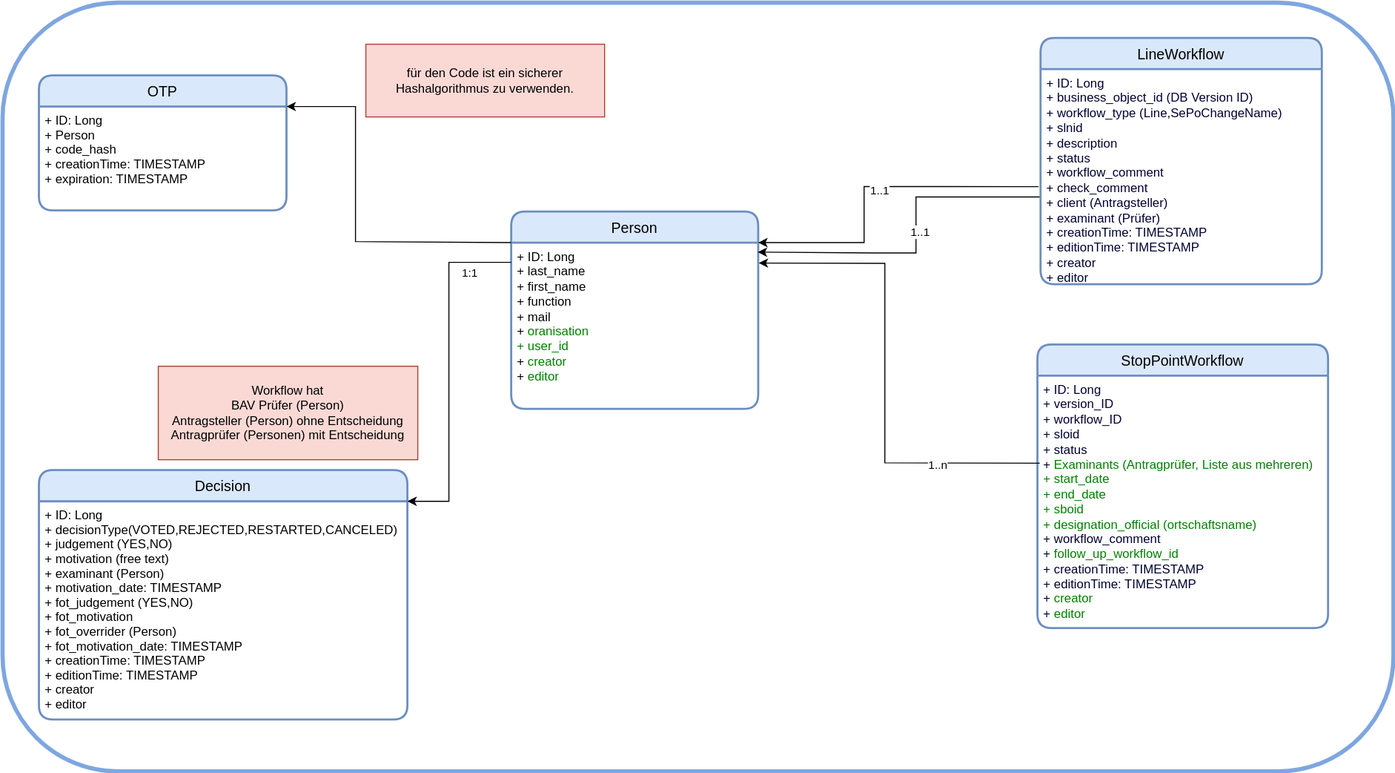
Before: workflow/documentation/workflow-service-db.drawio.svg, a diagram exported from draw.io (SchweizerischeBundesbahnen/atlas). Source tidied: cells renumbered, new cells last; positions are measured from the earlier drawing's top-left corner, leaving out a move shared by most shapes.
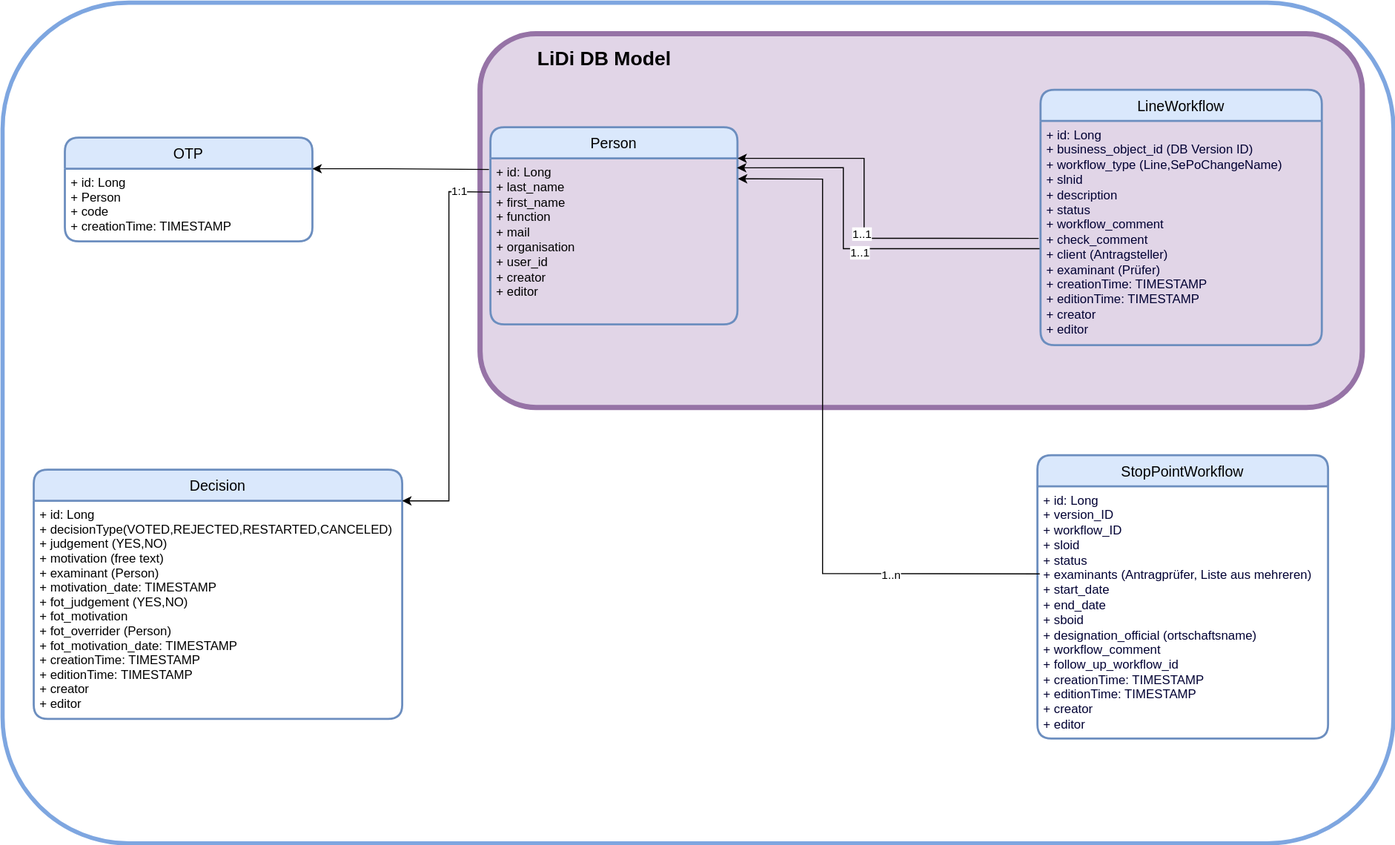
After the commit.

The edit, as a diff of the source:
```diff
@@ -2,98 +2,96 @@
   <root>
     <mxCell id="0" />
     <mxCell id="1" parent="0" />
-    <mxCell id="2" style="rounded=1;whiteSpace=wrap;html=1;fillColor=none;strokeColor=#7EA6E0;strokeWidth=4;" parent="1" vertex="1">
-      <mxGeometry width="1340" height="740" as="geometry" />
-    </mxCell>
+    <mxCell id="23" style="rounded=1;whiteSpace=wrap;html=1;fillColor=#e1d5e7;strokeColor=#9673a6;strokeWidth=5;gradientColor=none;" parent="1" vertex="1">
+      <mxGeometry x="450" y="-30" width="850" height="360" as="geometry" />
+    </mxCell>
+    <mxCell id="24" style="rounded=1;whiteSpace=wrap;html=1;fillColor=none;strokeColor=#7EA6E0;strokeWidth=4;" parent="1" vertex="1">
+      <mxGeometry x="-10" y="-60" width="1340" height="810" as="geometry" />
+    </mxCell>
     <mxCell id="3" value="StopPointWorkflow" style="swimlane;horizontal=1;startSize=30;rounded=1;fontSize=14;fontStyle=0;strokeWidth=2;shadow=0;dashed=0;align=center;fillColor=#dae8fc;strokeColor=#6c8ebf;" parent="1" vertex="1">
-      <mxGeometry x="997" y="329" width="280" height="273" as="geometry" />
+      <mxGeometry x="987" y="376" width="280" height="273" as="geometry" />
     </mxCell>
-    <mxCell id="4" value="+ ID: Long&lt;div&gt;+ version_ID&lt;br&gt;+ workflow_ID&lt;/div&gt;&lt;div&gt;+ sloid&lt;br&gt;+ status&lt;br&gt;&lt;div&gt;+ &lt;font color=&quot;#008000&quot;&gt;Examinants (Antragprüfer, Liste aus mehreren)&lt;/font&gt;&lt;/div&gt;&lt;div&gt;&lt;font color=&quot;#008000&quot;&gt;+ start_date&lt;/font&gt;&lt;font color=&quot;#008000&quot;&gt;&lt;br&gt;&lt;/font&gt;&lt;div&gt;&lt;font color=&quot;#008000&quot;&gt;+ end_date&lt;/font&gt;&lt;font color=&quot;#008000&quot;&gt;&lt;br&gt;&lt;/font&gt;&lt;div&gt;&lt;font color=&quot;#008000&quot;&gt;+ sboid&lt;/font&gt;&lt;/div&gt;&lt;/div&gt;&lt;/div&gt;&lt;div&gt;&lt;font color=&quot;#008000&quot;&gt;+ designation_official (ortschaftsname)&lt;/font&gt;&lt;/div&gt;+ workflow_comment&lt;div&gt;+ &lt;font color=&quot;#008000&quot;&gt;follow_up_workflow_id&lt;/font&gt;&lt;br&gt;&lt;/div&gt;+ creationTime: TIMESTAMP&lt;br&gt;+ editionTime: TIMESTAMP&lt;br&gt;+ &lt;font color=&quot;#008000&quot; style=&quot;font-size: 12px;&quot;&gt;creator&lt;/font&gt;&lt;br&gt;+ &lt;font color=&quot;#008000&quot;&gt;editor&lt;/font&gt;&lt;/div&gt;" style="align=left;strokeColor=none;fillColor=none;spacingLeft=4;fontSize=12;verticalAlign=top;fontColor=#000033;html=1;" parent="3" vertex="1">
-      <mxGeometry y="30" width="280" height="243" as="geometry" />
-    </mxCell>
+    <mxCell id="25" value="+ id: Long&lt;div&gt;+ version_ID&lt;br&gt;+ workflow_ID&lt;/div&gt;&lt;div&gt;+ sloid&lt;br&gt;+ status&lt;br&gt;&lt;div&gt;+ examinants (Antragprüfer, Liste aus mehreren)&lt;/div&gt;&lt;div&gt;+ start_date&lt;br&gt;&lt;div&gt;+ end_date&lt;br&gt;&lt;div&gt;+ sboid&lt;/div&gt;&lt;/div&gt;&lt;/div&gt;&lt;div&gt;+ designation_official (ortschaftsname)&lt;/div&gt;+ workflow_comment&lt;div&gt;+ follow_up_workflow_id&lt;br&gt;&lt;/div&gt;+ creationTime: TIMESTAMP&lt;br&gt;+ editionTime: TIMESTAMP&lt;br&gt;+ &lt;font style=&quot;font-size: 12px;&quot;&gt;creator&lt;/font&gt;&lt;br&gt;+ editor&lt;/div&gt;" style="align=left;strokeColor=none;fillColor=none;spacingLeft=4;fontSize=12;verticalAlign=top;fontColor=#000033;html=1;" parent="3" vertex="1">
+      <mxGeometry y="30" width="280" height="243" as="geometry" />
+    </mxCell>
     <mxCell id="5" value="Person" style="swimlane;horizontal=1;startSize=30;rounded=1;fontSize=14;fontStyle=0;strokeWidth=2;shadow=0;dashed=0;align=center;fillColor=#dae8fc;strokeColor=#6c8ebf;" parent="1" vertex="1">
-      <mxGeometry x="490" y="201" width="238" height="190" as="geometry" />
+      <mxGeometry x="460" y="60" width="238" height="190" as="geometry" />
     </mxCell>
-    <mxCell id="6" value="+ ID: Long&lt;br&gt;+ last_name&lt;br&gt;+ first_name&lt;br&gt;+ function&lt;br&gt;+ mail&lt;br&gt;&lt;div&gt;+ &lt;font color=&quot;#008000&quot;&gt;oranisation&lt;/font&gt;&lt;/div&gt;&lt;div&gt;&lt;font color=&quot;#008000&quot;&gt;+ user_id&lt;br&gt;&lt;/font&gt;&lt;/div&gt;&lt;div&gt;+ &lt;font color=&quot;#008000&quot; style=&quot;font-size: 12px;&quot;&gt;creator&lt;/font&gt;&lt;br&gt;+ &lt;font color=&quot;#008000&quot;&gt;editor&lt;/font&gt;&lt;/div&gt;" style="align=left;strokeColor=none;fillColor=none;spacingLeft=4;fontSize=12;verticalAlign=top;fontColor=#000000;html=1;" parent="5" vertex="1">
-      <mxGeometry y="30" width="238" height="160" as="geometry" />
-    </mxCell>
+    <mxCell id="26" value="+ id: Long&lt;br&gt;+ last_name&lt;br&gt;+ first_name&lt;br&gt;+ function&lt;br&gt;+ mail&lt;br&gt;&lt;div&gt;+ organisation&lt;/div&gt;&lt;div&gt;+ user_id&lt;br&gt;&lt;/div&gt;&lt;div&gt;+ &lt;font style=&quot;font-size: 12px;&quot;&gt;creator&lt;/font&gt;&lt;br&gt;+ editor&lt;/div&gt;" style="align=left;strokeColor=none;fillColor=none;spacingLeft=4;fontSize=12;verticalAlign=top;fontColor=#000000;html=1;" parent="5" vertex="1">
+      <mxGeometry y="30" width="238" height="160" as="geometry" />
+    </mxCell>
     <mxCell id="7" value="Decision" style="swimlane;horizontal=1;startSize=30;rounded=1;fontSize=14;fontStyle=0;strokeWidth=2;shadow=0;dashed=0;align=center;fillColor=#dae8fc;strokeColor=#6c8ebf;" parent="1" vertex="1">
-      <mxGeometry x="35" y="450" width="355" height="240" as="geometry" />
+      <mxGeometry x="20" y="390" width="355" height="240" as="geometry" />
     </mxCell>
-    <mxCell id="8" value="+ ID: Long&#10;+ decisionType(VOTED,REJECTED,RESTARTED,CANCELED)&#10;+ judgement (YES,NO)&#10;+ motivation (free text)&#10;+ examinant (Person)&#10;+ motivation_date: TIMESTAMP&#10;+ fot_judgement (YES,NO)&#10;+ fot_motivation&#10;+ fot_overrider (Person)&#10;+ fot_motivation_date: TIMESTAMP&#10;+ creationTime: TIMESTAMP&#10;+ editionTime: TIMESTAMP&#10;+ creator&#10;+ editor&#10;" style="align=left;strokeColor=none;fillColor=none;spacingLeft=4;fontSize=12;verticalAlign=top;" parent="7" vertex="1">
-      <mxGeometry y="30" width="355" height="210" as="geometry" />
-    </mxCell>
+    <mxCell id="27" value="+ id: Long&#10;+ decisionType(VOTED,REJECTED,RESTARTED,CANCELED)&#10;+ judgement (YES,NO)&#10;+ motivation (free text)&#10;+ examinant (Person)&#10;+ motivation_date: TIMESTAMP&#10;+ fot_judgement (YES,NO)&#10;+ fot_motivation&#10;+ fot_overrider (Person)&#10;+ fot_motivation_date: TIMESTAMP&#10;+ creationTime: TIMESTAMP&#10;+ editionTime: TIMESTAMP&#10;+ creator&#10;+ editor&#10;" style="align=left;strokeColor=none;fillColor=none;spacingLeft=4;fontSize=12;verticalAlign=top;" parent="7" vertex="1">
+      <mxGeometry y="30" width="355" height="210" as="geometry" />
+    </mxCell>
     <mxCell id="9" value="OTP" style="swimlane;horizontal=1;startSize=30;rounded=1;fontSize=14;fontStyle=0;strokeWidth=2;shadow=0;dashed=0;align=center;fillColor=#dae8fc;strokeColor=#6c8ebf;" parent="1" vertex="1">
-      <mxGeometry x="35" y="70" width="238.5" height="130" as="geometry" />
+      <mxGeometry x="50" y="70" width="238.5" height="100" as="geometry" />
     </mxCell>
-    <mxCell id="10" value="+ ID: Long&#10;+ Person&#10;+ code_hash&#10;+ creationTime: TIMESTAMP&#10;+ expiration: TIMESTAMP&#10;" style="align=left;strokeColor=none;fillColor=none;spacingLeft=4;fontSize=12;verticalAlign=top;" parent="9" vertex="1">
-      <mxGeometry y="30" width="238.5" height="100" as="geometry" />
-    </mxCell>
+    <mxCell id="28" value="+ id: Long&#10;+ Person&#10;+ code&#10;+ creationTime: TIMESTAMP&#10;" style="align=left;strokeColor=none;fillColor=none;spacingLeft=4;fontSize=12;verticalAlign=top;" parent="9" vertex="1">
+      <mxGeometry y="30" width="238.5" height="70" as="geometry" />
+    </mxCell>
-    <mxCell id="11" value="&lt;div&gt;1:1&lt;/div&gt;" style="endArrow=classic;html=1;rounded=0;entryX=1;entryY=0;entryDx=0;entryDy=0;" parent="1" edge="1" target="8">
-      <mxGeometry x="-0.76" y="10" relative="1" as="geometry">
-        <mxPoint x="490" y="250" as="sourcePoint" />
+    <mxCell id="11" value="&lt;div&gt;1:1&lt;/div&gt;" style="endArrow=classic;html=1;rounded=0;entryX=1;entryY=0;entryDx=0;entryDy=0;exitX=-0.001;exitY=0.203;exitDx=0;exitDy=0;exitPerimeter=0;fillColor=#e1d5e7;strokeColor=#000000;" parent="1" edge="1" source="26" target="27">
+      <mxGeometry x="-0.84" relative="1" as="geometry">
         <Array as="points">
-          <mxPoint x="430" y="250" />
-          <mxPoint x="430" y="480" />
+          <mxPoint x="420" y="122" />
+          <mxPoint x="420" y="420" />
         </Array>
       </mxGeometry>
     </mxCell>
-    <mxCell id="12" style="endArrow=none;html=1;rounded=0;exitX=1;exitY=0;exitDx=0;exitDy=0;entryX=0;entryY=0;entryDx=0;entryDy=0;endFill=0;startArrow=classic;startFill=1;" parent="1" edge="1" source="10" target="6">
-      <mxGeometry relative="1" as="geometry">
-        <Array as="points">
-          <mxPoint x="340" y="100" />
-          <mxPoint x="340" y="230" />
-        </Array>
-      </mxGeometry>
-    </mxCell>
-    <mxCell id="13" value="&lt;div&gt;Workflow hat&lt;/div&gt;&lt;div&gt;BAV Prüfer (Person)&lt;/div&gt;&lt;div&gt;Antragsteller (Person) ohne Entscheidung&lt;/div&gt;&lt;div&gt;Antragprüfer (Personen) mit Entscheidung&lt;br&gt;&lt;/div&gt;" style="rounded=0;whiteSpace=wrap;html=1;fillColor=#fad9d5;strokeColor=#ae4132;" parent="1" vertex="1">
-      <mxGeometry x="150" y="350" width="250" height="90" as="geometry" />
-    </mxCell>
-    <mxCell id="14" value="für den Code ist ein sicherer Hashalgorithmus zu verwenden." style="rounded=0;whiteSpace=wrap;html=1;fillColor=#fad9d5;strokeColor=#ae4132;" parent="1" vertex="1">
-      <mxGeometry x="350" y="40" width="230" height="70" as="geometry" />
-    </mxCell>
-    <mxCell id="15" style="endArrow=classic;html=1;rounded=0;exitX=-0.007;exitY=0.561;exitDx=0;exitDy=0;exitPerimeter=0;entryX=1;entryY=0;entryDx=0;entryDy=0;" parent="1" edge="1" target="6">
-      <mxGeometry relative="1" as="geometry">
-        <mxPoint x="998.1" y="177.1" as="sourcePoint" />
-        <Array as="points">
-          <mxPoint x="830" y="177" />
-          <mxPoint x="830" y="231" />
-        </Array>
-      </mxGeometry>
-    </mxCell>
-    <mxCell id="16" value="1..1" style="edgeLabel;html=1;align=center;verticalAlign=middle;" parent="15" vertex="1">
-      <mxGeometry x="-0.06" y="3" relative="1" as="geometry" />
-    </mxCell>
-    <mxCell id="17" style="endArrow=classic;html=1;rounded=0;entryX=0.998;entryY=0.057;entryDx=0;entryDy=0;entryPerimeter=0;" parent="1" edge="1" target="6">
-      <mxGeometry relative="1" as="geometry">
-        <mxPoint x="1000" y="187" as="sourcePoint" />
-        <Array as="points">
-          <mxPoint x="920" y="187" />
-          <mxPoint x="880" y="187" />
-          <mxPoint x="880" y="241" />
-          <mxPoint x="840" y="241" />
-        </Array>
-      </mxGeometry>
-    </mxCell>
-    <mxCell id="18" value="1..1" style="edgeLabel;html=1;align=center;verticalAlign=middle;" parent="17" vertex="1">
-      <mxGeometry x="-0.06" y="3" relative="1" as="geometry" />
-    </mxCell>
-    <mxCell id="19" style="endArrow=classic;html=1;rounded=0;exitX=0.008;exitY=0.347;exitDx=0;exitDy=0;entryX=1.002;entryY=0.123;entryDx=0;entryDy=0;entryPerimeter=0;exitPerimeter=0;" parent="1" edge="1" source="4" target="6">
-      <mxGeometry relative="1" as="geometry">
-        <Array as="points">
-          <mxPoint x="850" y="443" />
-          <mxPoint x="850" y="251" />
-        </Array>
-      </mxGeometry>
-    </mxCell>
+    <mxCell id="29" style="endArrow=none;html=1;rounded=0;exitX=1;exitY=0;exitDx=0;exitDy=0;entryX=-0.006;entryY=0.067;entryDx=0;entryDy=0;endFill=0;startArrow=classic;startFill=1;entryPerimeter=0;" parent="1" edge="1" source="28" target="26">
+      <mxGeometry relative="1" as="geometry">
+        <Array as="points">
+          <mxPoint x="360" y="100" />
+        </Array>
+      </mxGeometry>
+    </mxCell>
+    <mxCell id="30" style="endArrow=classic;html=1;rounded=0;exitX=-0.007;exitY=0.561;exitDx=0;exitDy=0;exitPerimeter=0;entryX=1;entryY=0;entryDx=0;entryDy=0;" parent="1" edge="1" target="26">
+      <mxGeometry relative="1" as="geometry">
+        <mxPoint x="988.1" y="167.1" as="sourcePoint" />
+        <Array as="points">
+          <mxPoint x="820" y="167" />
+          <mxPoint x="820" y="90" />
+        </Array>
+      </mxGeometry>
+    </mxCell>
+    <mxCell id="31" value="1..1" style="edgeLabel;html=1;align=center;verticalAlign=middle;" parent="30" vertex="1">
+      <mxGeometry x="-0.06" y="3" relative="1" as="geometry" />
+    </mxCell>
+    <mxCell id="32" style="endArrow=classic;html=1;rounded=0;entryX=0.998;entryY=0.057;entryDx=0;entryDy=0;entryPerimeter=0;" parent="1" edge="1" target="26">
+      <mxGeometry relative="1" as="geometry">
+        <mxPoint x="990" y="177" as="sourcePoint" />
+        <Array as="points">
+          <mxPoint x="910" y="177" />
+          <mxPoint x="870" y="177" />
+          <mxPoint x="800" y="177" />
+          <mxPoint x="800" y="99" />
+        </Array>
+      </mxGeometry>
+    </mxCell>
+    <mxCell id="33" value="1..1" style="edgeLabel;html=1;align=center;verticalAlign=middle;" parent="32" vertex="1">
+      <mxGeometry x="-0.06" y="3" relative="1" as="geometry" />
+    </mxCell>
+    <mxCell id="34" style="endArrow=classic;html=1;rounded=0;exitX=0.008;exitY=0.347;exitDx=0;exitDy=0;entryX=1.002;entryY=0.123;entryDx=0;entryDy=0;entryPerimeter=0;exitPerimeter=0;" parent="1" edge="1" source="25" target="26">
+      <mxGeometry relative="1" as="geometry">
+        <Array as="points">
+          <mxPoint x="780" y="490" />
+          <mxPoint x="780" y="110" />
+        </Array>
+      </mxGeometry>
+    </mxCell>
-    <mxCell id="20" value="1..n" style="edgeLabel;html=1;align=center;verticalAlign=middle;" parent="19" vertex="1">
+    <mxCell id="20" value="1..n" style="edgeLabel;html=1;align=center;verticalAlign=middle;" parent="34" vertex="1">
       <mxGeometry x="-0.57" y="1" relative="1" as="geometry" />
     </mxCell>
     <mxCell id="21" value="LineWorkflow" style="swimlane;horizontal=1;startSize=30;rounded=1;fontSize=14;fontStyle=0;strokeWidth=2;shadow=0;dashed=0;align=center;fillColor=#dae8fc;strokeColor=#6c8ebf;" parent="1" vertex="1">
-      <mxGeometry x="1000" y="34" width="271" height="237" as="geometry" />
+      <mxGeometry x="990" y="24" width="271" height="246" as="geometry" />
     </mxCell>
-    <mxCell id="22" value="+ ID: Long&lt;br&gt;+ business_object_id (DB Version ID)&lt;br&gt;+ workflow_type (Line,SePoChangeName)&lt;br&gt;+ slnid&lt;br&gt;+ description&lt;br&gt;+ status&lt;div&gt;+ workflow_comment&lt;br&gt;&lt;/div&gt;&lt;div&gt;+&amp;nbsp;&lt;span style=&quot;background-color: initial;&quot;&gt;check_comment&lt;/span&gt;&lt;/div&gt;&lt;div&gt;+ client (Antragsteller)&lt;/div&gt;&lt;div&gt;+ examinant (Prüfer)&lt;/div&gt;&lt;div&gt;+ creationTime: TIMESTAMP&lt;br&gt;+ editionTime: TIMESTAMP&lt;/div&gt;&lt;div&gt;+ creator&lt;/div&gt;&lt;div&gt;+ editor&lt;br&gt;&lt;div&gt;&lt;br&gt;&lt;/div&gt;&lt;/div&gt;" style="align=left;strokeColor=none;fillColor=none;spacingLeft=4;fontSize=12;verticalAlign=top;fontColor=#000033;html=1;" parent="21" vertex="1">
-      <mxGeometry y="30" width="271" height="207" as="geometry" />
-    </mxCell>
+    <mxCell id="35" value="+ id: Long&lt;br&gt;+ business_object_id (DB Version ID)&lt;br&gt;+ workflow_type (Line,SePoChangeName)&lt;br&gt;+ slnid&lt;br&gt;+ description&lt;br&gt;+ status&lt;div&gt;+ workflow_comment&lt;br&gt;&lt;/div&gt;&lt;div&gt;+&amp;nbsp;&lt;span style=&quot;background-color: initial;&quot;&gt;check_comment&lt;/span&gt;&lt;/div&gt;&lt;div&gt;+ client (Antragsteller)&lt;/div&gt;&lt;div&gt;+ examinant (Prüfer)&lt;/div&gt;&lt;div&gt;+ creationTime: TIMESTAMP&lt;br&gt;+ editionTime: TIMESTAMP&lt;/div&gt;&lt;div&gt;+ creator&lt;/div&gt;&lt;div&gt;+ editor&lt;br&gt;&lt;div&gt;&lt;br&gt;&lt;/div&gt;&lt;/div&gt;" style="align=left;strokeColor=none;fillColor=none;spacingLeft=4;fontSize=12;verticalAlign=top;fontColor=#000033;html=1;" parent="21" vertex="1">
+      <mxGeometry y="30" width="271" height="216" as="geometry" />
+    </mxCell>
+    <mxCell id="36" value="&lt;font style=&quot;font-size: 19px;&quot;&gt;&lt;b&gt;LiDi DB Model&lt;/b&gt;&lt;/font&gt;" style="text;html=1;align=center;verticalAlign=middle;whiteSpace=wrap;rounded=0;" parent="1" vertex="1">
+      <mxGeometry x="490" y="-20" width="160" height="30" as="geometry" />
+    </mxCell>
   </root>
 </mxGraphModel>
```
